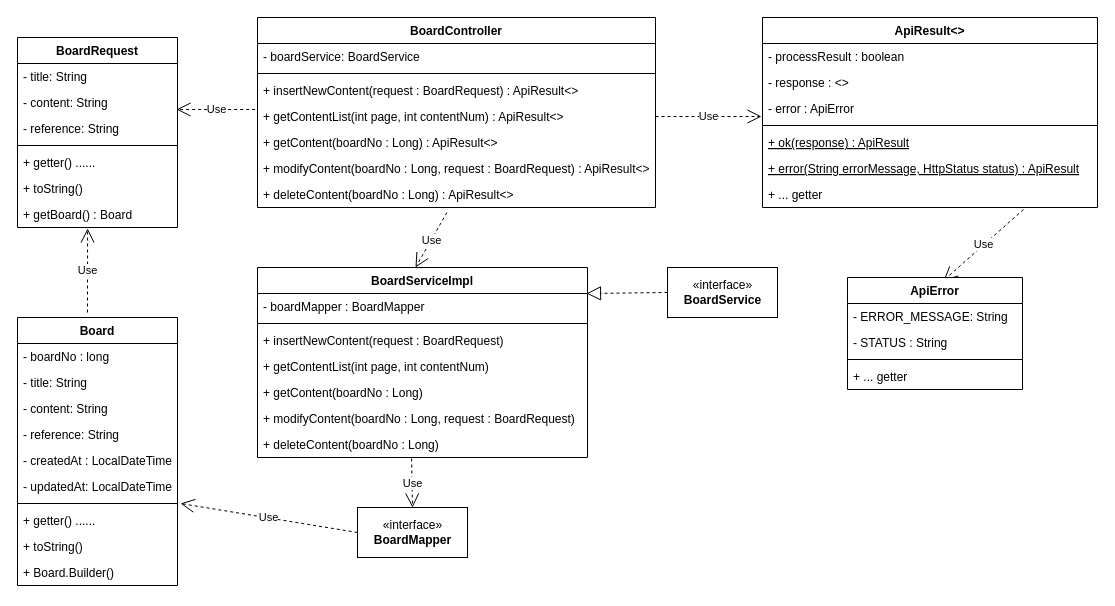
Earlier version of the draw.io diagram keepsd.drawio (GentleDot/keepsd). Source tidied: cells renumbered, new cells numbered last; positions are measured from the earlier drawing's top-left corner, leaving out a move shared by most shapes. Both pictures are drawn from the tidied source at 100%, with x=0, y=0 at pixel (17, 17).
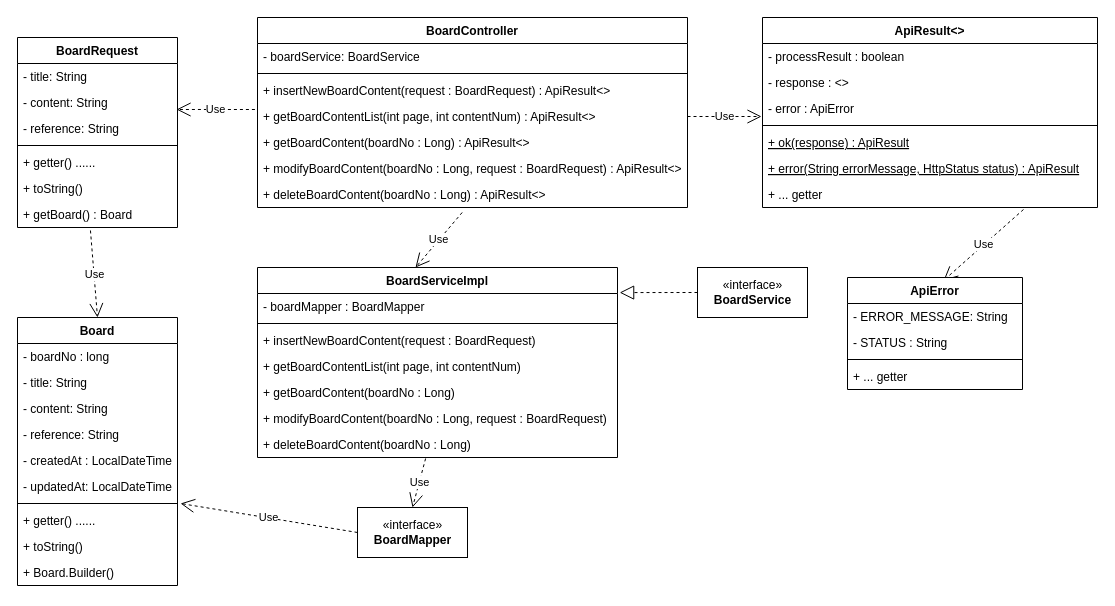
Above is the later version.

Commit message (it also covers changes not shown here):
KeepSD_board - MyBatis 설정 > BoardMapper 생성

Unchanged cells that the change refers to:
```xml
<mxCell id="18" value="+ getBoard() : Board" style="text;strokeColor=none;fillColor=none;align=left;verticalAlign=top;spacingLeft=4;spacingRight=4;overflow=hidden;points=[[0,0.5],[1,0.5]];portConstraint=eastwest;" parent="11" vertex="1">
  <mxGeometry y="164" width="160" height="26" as="geometry" />
</mxCell>
<mxCell id="27" value="Board" style="swimlane;fontStyle=1;align=center;verticalAlign=top;horizontal=1;startSize=26;" parent="1" vertex="1">
  <mxGeometry y="300" width="160" height="268" as="geometry" />
</mxCell>
```

What changed in the source:
```diff
@@
-    <mxCell id="3" value="Use" style="endArrow=open;endSize=12;dashed=1;html=1;entryX=0.438;entryY=1.038;entryDx=0;entryDy=0;entryPerimeter=0;" parent="1" edge="1" target="18">
-      <mxGeometry relative="1" as="geometry">
-        <mxPoint x="70" y="295" as="sourcePoint" />
-      </mxGeometry>
+    <mxCell id="3" value="Use" style="endArrow=open;endSize=12;dashed=1;html=1;exitX=0.456;exitY=1.115;exitDx=0;exitDy=0;exitPerimeter=0;entryX=0.5;entryY=0;entryDx=0;entryDy=0;" parent="1" edge="1" source="18" target="27">
+      <mxGeometry relative="1" as="geometry" />
     </mxCell>
@@
     <mxCell id="5" value="«interface»&lt;br&gt;&lt;b&gt;BoardService&lt;/b&gt;" style="html=1;" parent="1" vertex="1">
-      <mxGeometry x="650" y="250" width="110" height="50" as="geometry" />
+      <mxGeometry x="680" y="250" width="110" height="50" as="geometry" />
     </mxCell>
-    <mxCell id="6" style="endArrow=block;dashed=1;endFill=0;endSize=12;html=1;exitX=0;exitY=0.5;exitDx=0;exitDy=0;" parent="1" edge="1" source="5">
-      <mxGeometry relative="1" as="geometry">
-        <mxPoint x="569" y="276" as="targetPoint" />
-      </mxGeometry>
+    <mxCell id="6" style="endArrow=block;dashed=1;endFill=0;endSize=12;html=1;exitX=0;exitY=0.5;exitDx=0;exitDy=0;entryX=1.006;entryY=0.132;entryDx=0;entryDy=0;entryPerimeter=0;" parent="1" edge="1" source="5" target="38">
+      <mxGeometry relative="1" as="geometry" />
     </mxCell>
@@
     <mxCell id="19" value="BoardController" style="swimlane;fontStyle=1;align=center;verticalAlign=top;horizontal=1;startSize=26;" parent="1" vertex="1">
-      <mxGeometry x="240" width="398" height="190" as="geometry" />
+      <mxGeometry x="240" width="430" height="190" as="geometry" />
     </mxCell>
     <mxCell id="20" value="- boardService: BoardService" style="text;strokeColor=none;fillColor=none;align=left;verticalAlign=top;spacingLeft=4;spacingRight=4;overflow=hidden;" parent="19" vertex="1">
-      <mxGeometry y="26" width="398" height="26" as="geometry" />
+      <mxGeometry y="26" width="430" height="26" as="geometry" />
     </mxCell>
     <mxCell id="21" style="line;strokeWidth=1;fillColor=none;align=left;verticalAlign=middle;spacingTop=-1;spacingLeft=3;spacingRight=3;labelPosition=right;" parent="19" vertex="1">
-      <mxGeometry y="52" width="398" height="8" as="geometry" />
+      <mxGeometry y="52" width="430" height="8" as="geometry" />
     </mxCell>
-    <mxCell id="22" value="+ insertNewContent(request : BoardRequest) : ApiResult&lt;&gt;" style="text;strokeColor=none;fillColor=none;align=left;verticalAlign=top;spacingLeft=4;spacingRight=4;overflow=hidden;" parent="19" vertex="1">
-      <mxGeometry y="60" width="398" height="26" as="geometry" />
+    <mxCell id="22" value="+ insertNewBoardContent(request : BoardRequest) : ApiResult&lt;&gt;" style="text;strokeColor=none;fillColor=none;align=left;verticalAlign=top;spacingLeft=4;spacingRight=4;overflow=hidden;" parent="19" vertex="1">
+      <mxGeometry y="60" width="430" height="26" as="geometry" />
     </mxCell>
-    <mxCell id="23" value="+ getContentList(int page, int contentNum) : ApiResult&lt;&gt;" style="text;strokeColor=none;fillColor=none;align=left;verticalAlign=top;spacingLeft=4;spacingRight=4;overflow=hidden;points=[[0,0.5],[1,0.5]];portConstraint=eastwest;" parent="19" vertex="1">
-      <mxGeometry y="86" width="398" height="26" as="geometry" />
+    <mxCell id="23" value="+ getBoardContentList(int page, int contentNum) : ApiResult&lt;&gt;" style="text;strokeColor=none;fillColor=none;align=left;verticalAlign=top;spacingLeft=4;spacingRight=4;overflow=hidden;points=[[0,0.5],[1,0.5]];portConstraint=eastwest;" parent="19" vertex="1">
+      <mxGeometry y="86" width="430" height="26" as="geometry" />
     </mxCell>
-    <mxCell id="24" value="+ getContent(boardNo : Long) : ApiResult&lt;&gt;" style="text;strokeColor=none;fillColor=none;align=left;verticalAlign=top;spacingLeft=4;spacingRight=4;overflow=hidden;" parent="19" vertex="1">
-      <mxGeometry y="112" width="398" height="26" as="geometry" />
+    <mxCell id="24" value="+ getBoardContent(boardNo : Long) : ApiResult&lt;&gt;" style="text;strokeColor=none;fillColor=none;align=left;verticalAlign=top;spacingLeft=4;spacingRight=4;overflow=hidden;" parent="19" vertex="1">
+      <mxGeometry y="112" width="430" height="26" as="geometry" />
     </mxCell>
-    <mxCell id="25" value="+ modifyContent(boardNo : Long, request : BoardRequest) : ApiResult&lt;&gt;" style="text;strokeColor=none;fillColor=none;align=left;verticalAlign=top;spacingLeft=4;spacingRight=4;overflow=hidden;" parent="19" vertex="1">
-      <mxGeometry y="138" width="398" height="26" as="geometry" />
+    <mxCell id="25" value="+ modifyBoardContent(boardNo : Long, request : BoardRequest) : ApiResult&lt;&gt;" style="text;strokeColor=none;fillColor=none;align=left;verticalAlign=top;spacingLeft=4;spacingRight=4;overflow=hidden;" parent="19" vertex="1">
+      <mxGeometry y="138" width="430" height="26" as="geometry" />
     </mxCell>
-    <mxCell id="26" value="+ deleteContent(boardNo : Long) : ApiResult&lt;&gt;" style="text;strokeColor=none;fillColor=none;align=left;verticalAlign=top;spacingLeft=4;spacingRight=4;overflow=hidden;points=[[0,0.5],[1,0.5]];portConstraint=eastwest;" parent="19" vertex="1">
-      <mxGeometry y="164" width="398" height="26" as="geometry" />
+    <mxCell id="26" value="+ deleteBoardContent(boardNo : Long) : ApiResult&lt;&gt;" style="text;strokeColor=none;fillColor=none;align=left;verticalAlign=top;spacingLeft=4;spacingRight=4;overflow=hidden;points=[[0,0.5],[1,0.5]];portConstraint=eastwest;" parent="19" vertex="1">
+      <mxGeometry y="164" width="430" height="26" as="geometry" />
     </mxCell>
@@
     <mxCell id="38" value="BoardServiceImpl" style="swimlane;fontStyle=1;align=center;verticalAlign=top;horizontal=1;startSize=26;" parent="1" vertex="1">
-      <mxGeometry x="240" y="250" width="330" height="190" as="geometry" />
+      <mxGeometry x="240" y="250" width="360" height="190" as="geometry" />
     </mxCell>
     <mxCell id="39" value="- boardMapper : BoardMapper" style="text;strokeColor=none;fillColor=none;align=left;verticalAlign=top;spacingLeft=4;spacingRight=4;overflow=hidden;" parent="38" vertex="1">
-      <mxGeometry y="26" width="330" height="26" as="geometry" />
+      <mxGeometry y="26" width="360" height="26" as="geometry" />
     </mxCell>
     <mxCell id="40" style="line;strokeWidth=1;fillColor=none;align=left;verticalAlign=middle;spacingTop=-1;spacingLeft=3;spacingRight=3;labelPosition=right;" parent="38" vertex="1">
-      <mxGeometry y="52" width="330" height="8" as="geometry" />
+      <mxGeometry y="52" width="360" height="8" as="geometry" />
     </mxCell>
-    <mxCell id="41" value="+ insertNewContent(request : BoardRequest)" style="text;strokeColor=none;fillColor=none;align=left;verticalAlign=top;spacingLeft=4;spacingRight=4;overflow=hidden;" parent="38" vertex="1">
-      <mxGeometry y="60" width="330" height="26" as="geometry" />
+    <mxCell id="41" value="+ insertNewBoardContent(request : BoardRequest)" style="text;strokeColor=none;fillColor=none;align=left;verticalAlign=top;spacingLeft=4;spacingRight=4;overflow=hidden;" parent="38" vertex="1">
+      <mxGeometry y="60" width="360" height="26" as="geometry" />
     </mxCell>
-    <mxCell id="42" value="+ getContentList(int page, int contentNum)" style="text;strokeColor=none;fillColor=none;align=left;verticalAlign=top;spacingLeft=4;spacingRight=4;overflow=hidden;" parent="38" vertex="1">
-      <mxGeometry y="86" width="330" height="26" as="geometry" />
+    <mxCell id="42" value="+ getBoardContentList(int page, int contentNum)" style="text;strokeColor=none;fillColor=none;align=left;verticalAlign=top;spacingLeft=4;spacingRight=4;overflow=hidden;" parent="38" vertex="1">
+      <mxGeometry y="86" width="360" height="26" as="geometry" />
     </mxCell>
-    <mxCell id="43" value="+ getContent(boardNo : Long)" style="text;strokeColor=none;fillColor=none;align=left;verticalAlign=top;spacingLeft=4;spacingRight=4;overflow=hidden;" parent="38" vertex="1">
-      <mxGeometry y="112" width="330" height="26" as="geometry" />
+    <mxCell id="43" value="+ getBoardContent(boardNo : Long)" style="text;strokeColor=none;fillColor=none;align=left;verticalAlign=top;spacingLeft=4;spacingRight=4;overflow=hidden;" parent="38" vertex="1">
+      <mxGeometry y="112" width="360" height="26" as="geometry" />
     </mxCell>
-    <mxCell id="44" value="+ modifyContent(boardNo : Long, request : BoardRequest)" style="text;strokeColor=none;fillColor=none;align=left;verticalAlign=top;spacingLeft=4;spacingRight=4;overflow=hidden;" parent="38" vertex="1">
-      <mxGeometry y="138" width="330" height="26" as="geometry" />
+    <mxCell id="44" value="+ modifyBoardContent(boardNo : Long, request : BoardRequest)" style="text;strokeColor=none;fillColor=none;align=left;verticalAlign=top;spacingLeft=4;spacingRight=4;overflow=hidden;" parent="38" vertex="1">
+      <mxGeometry y="138" width="360" height="26" as="geometry" />
     </mxCell>
-    <mxCell id="45" value="+ deleteContent(boardNo : Long)" style="text;strokeColor=none;fillColor=none;align=left;verticalAlign=top;spacingLeft=4;spacingRight=4;overflow=hidden;points=[[0,0.5],[1,0.5]];portConstraint=eastwest;" parent="38" vertex="1">
-      <mxGeometry y="164" width="330" height="26" as="geometry" />
+    <mxCell id="45" value="+ deleteBoardContent(boardNo : Long)" style="text;strokeColor=none;fillColor=none;align=left;verticalAlign=top;spacingLeft=4;spacingRight=4;overflow=hidden;points=[[0,0.5],[1,0.5]];portConstraint=eastwest;" parent="38" vertex="1">
+      <mxGeometry y="164" width="360" height="26" as="geometry" />
     </mxCell>
```
